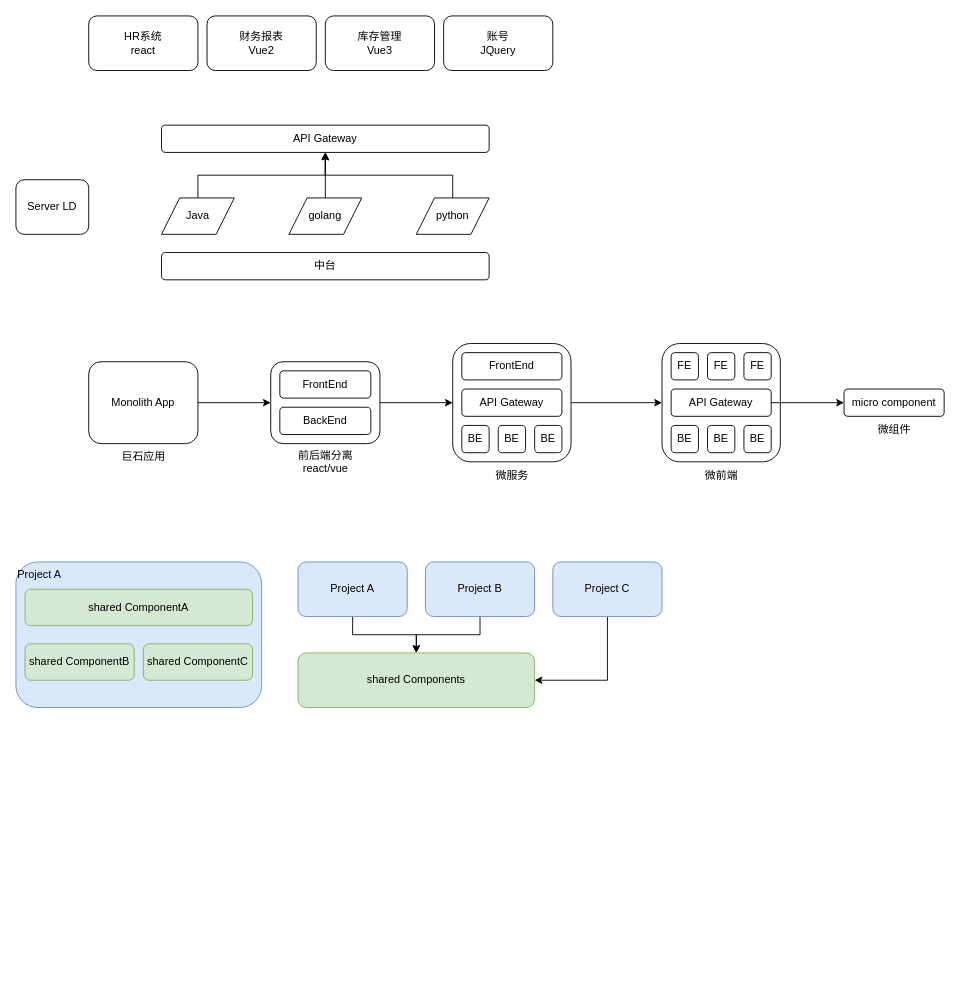
djsz3y/zhaowa-study-notes keeps this draw.io diagram as page "微前端（上）——麓一" (22 of 22) of formal_lessons/imgs/【爪哇教育】web304.drawio. Above is the earlier version. Source tidied: cells renumbered, new cells numbered last; positions are measured from the earlier drawing's top-left corner, leaving out a move shared by most shapes. Both pictures are drawn from the tidied source at 91%, with x=0, y=0 at pixel (15, 15).
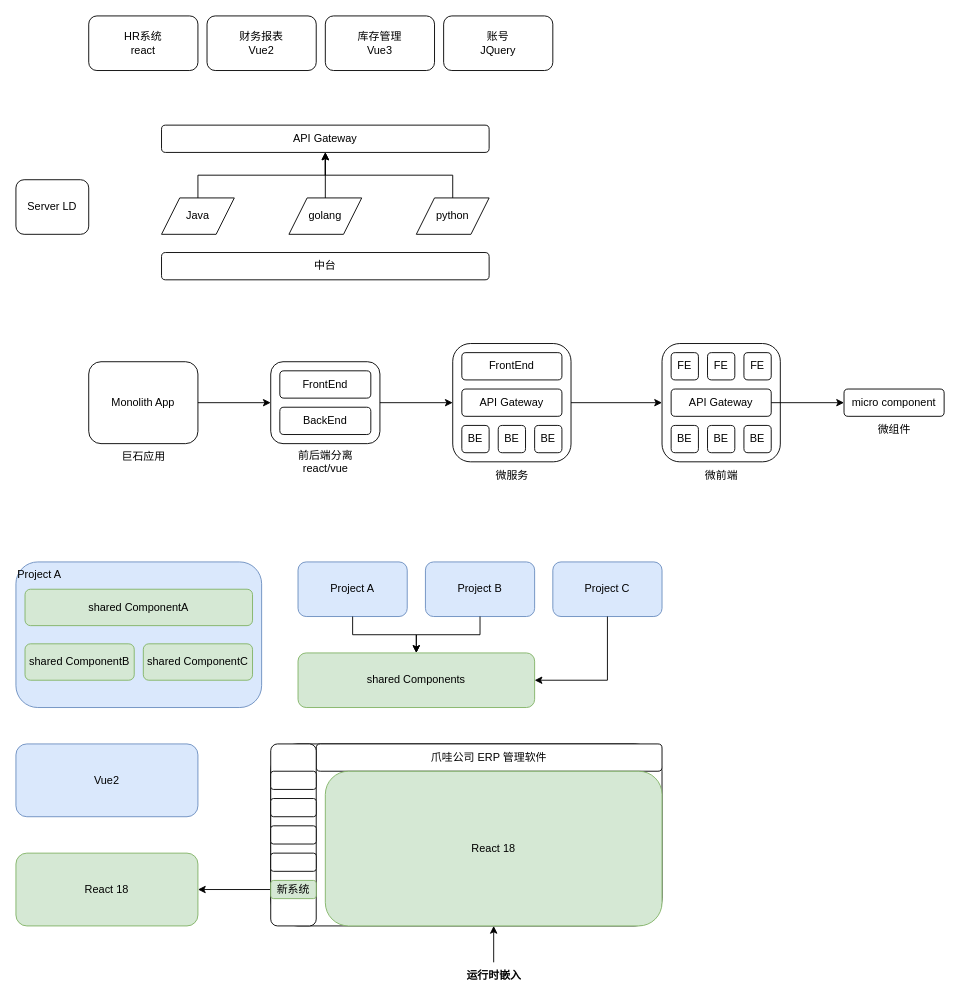
After the change.

Commit message:
更新【爪哇教育】web304.drawio-微前端上

Change to the diagram source:
```diff
@@
-    <mxCell id="49" style="edgeStyle=orthogonalEdgeStyle;rounded=0;jettySize=auto;html=1;exitX=0.5;exitY=1;exitDx=0;exitDy=0;entryX=0.5;entryY=0;entryDx=0;entryDy=0;" parent="1" edge="1" source="50" target="55">
-      <mxGeometry relative="1" as="geometry" />
-    </mxCell>
+    <mxCell id="60" style="group;" parent="1" vertex="1">
+      <mxGeometry y="600" width="710" height="470" as="geometry" />
+    </mxCell>
-    <mxCell id="50" value="Project A" style="rounded=1;whiteSpace=wrap;html=1;fillColor=#dae8fc;strokeColor=#6c8ebf;" parent="1" vertex="1">
-      <mxGeometry x="310" y="600" width="120" height="60" as="geometry" />
+    <mxCell id="50" value="Project A" style="rounded=1;whiteSpace=wrap;html=1;fillColor=#dae8fc;strokeColor=#6c8ebf;" parent="60" vertex="1">
+      <mxGeometry x="310" width="120" height="60" as="geometry" />
     </mxCell>
-    <mxCell id="51" style="edgeStyle=orthogonalEdgeStyle;rounded=0;jettySize=auto;html=1;exitX=0.5;exitY=1;exitDx=0;exitDy=0;entryX=0.5;entryY=0;entryDx=0;entryDy=0;" parent="1" edge="1" source="52" target="55">
-      <mxGeometry relative="1" as="geometry" />
-    </mxCell>
-    <mxCell id="52" value="Project B" style="rounded=1;whiteSpace=wrap;html=1;fillColor=#dae8fc;strokeColor=#6c8ebf;" parent="1" vertex="1">
-      <mxGeometry x="450" y="600" width="120" height="60" as="geometry" />
+    <mxCell id="52" value="Project B" style="rounded=1;whiteSpace=wrap;html=1;fillColor=#dae8fc;strokeColor=#6c8ebf;" parent="60" vertex="1">
+      <mxGeometry x="450" width="120" height="60" as="geometry" />
     </mxCell>
-    <mxCell id="53" style="edgeStyle=orthogonalEdgeStyle;rounded=0;jettySize=auto;html=1;exitX=0.5;exitY=1;exitDx=0;exitDy=0;entryX=1;entryY=0.5;entryDx=0;entryDy=0;" parent="1" edge="1" source="54" target="55">
-      <mxGeometry relative="1" as="geometry" />
-    </mxCell>
-    <mxCell id="54" value="Project C" style="rounded=1;whiteSpace=wrap;html=1;fillColor=#dae8fc;strokeColor=#6c8ebf;" parent="1" vertex="1">
-      <mxGeometry x="590" y="600" width="120" height="60" as="geometry" />
+    <mxCell id="54" value="Project C" style="rounded=1;whiteSpace=wrap;html=1;fillColor=#dae8fc;strokeColor=#6c8ebf;" parent="60" vertex="1">
+      <mxGeometry x="590" width="120" height="60" as="geometry" />
     </mxCell>
-    <mxCell id="55" value="shared Components" style="rounded=1;whiteSpace=wrap;html=1;fillColor=#d5e8d4;strokeColor=#82b366;" parent="1" vertex="1">
-      <mxGeometry x="310" y="700" width="260" height="60" as="geometry" />
+    <mxCell id="55" value="shared Components" style="rounded=1;whiteSpace=wrap;html=1;fillColor=#d5e8d4;strokeColor=#82b366;" parent="60" vertex="1">
+      <mxGeometry x="310" y="100" width="260" height="60" as="geometry" />
     </mxCell>
+    <mxCell id="49" style="edgeStyle=orthogonalEdgeStyle;rounded=0;jettySize=auto;html=1;exitX=0.5;exitY=1;exitDx=0;exitDy=0;entryX=0.5;entryY=0;entryDx=0;entryDy=0;" parent="60" edge="1" source="50" target="55">
+      <mxGeometry relative="1" as="geometry" />
+    </mxCell>
+    <mxCell id="51" style="edgeStyle=orthogonalEdgeStyle;rounded=0;jettySize=auto;html=1;exitX=0.5;exitY=1;exitDx=0;exitDy=0;entryX=0.5;entryY=0;entryDx=0;entryDy=0;" parent="60" edge="1" source="52" target="55">
+      <mxGeometry relative="1" as="geometry" />
+    </mxCell>
+    <mxCell id="53" style="edgeStyle=orthogonalEdgeStyle;rounded=0;jettySize=auto;html=1;exitX=0.5;exitY=1;exitDx=0;exitDy=0;entryX=1;entryY=0.5;entryDx=0;entryDy=0;" parent="60" edge="1" source="54" target="55">
+      <mxGeometry relative="1" as="geometry" />
+    </mxCell>
-    <mxCell id="56" value="Project A" style="rounded=1;whiteSpace=wrap;html=1;align=left;horizontal=1;verticalAlign=top;fillColor=#dae8fc;strokeColor=#6c8ebf;" parent="1" vertex="1">
-      <mxGeometry y="600" width="270" height="160" as="geometry" />
+    <mxCell id="56" value="Project A" style="rounded=1;whiteSpace=wrap;html=1;align=left;horizontal=1;verticalAlign=top;fillColor=#dae8fc;strokeColor=#6c8ebf;" parent="60" vertex="1">
+      <mxGeometry width="270" height="160" as="geometry" />
     </mxCell>
-    <mxCell id="57" value="shared ComponentA" style="rounded=1;whiteSpace=wrap;html=1;align=center;horizontal=1;verticalAlign=middle;fillColor=#d5e8d4;strokeColor=#82b366;" parent="1" vertex="1">
-      <mxGeometry x="10" y="630" width="250" height="40" as="geometry" />
+    <mxCell id="57" value="shared ComponentA" style="rounded=1;whiteSpace=wrap;html=1;align=center;horizontal=1;verticalAlign=middle;fillColor=#d5e8d4;strokeColor=#82b366;" parent="60" vertex="1">
+      <mxGeometry x="10" y="30" width="250" height="40" as="geometry" />
     </mxCell>
-    <mxCell id="58" value="shared ComponentB" style="rounded=1;whiteSpace=wrap;html=1;align=center;horizontal=1;verticalAlign=middle;fillColor=#d5e8d4;strokeColor=#82b366;" parent="1" vertex="1">
-      <mxGeometry x="10" y="690" width="120" height="40" as="geometry" />
+    <mxCell id="58" value="shared ComponentB" style="rounded=1;whiteSpace=wrap;html=1;align=center;horizontal=1;verticalAlign=middle;fillColor=#d5e8d4;strokeColor=#82b366;" parent="60" vertex="1">
+      <mxGeometry x="10" y="90" width="120" height="40" as="geometry" />
     </mxCell>
-    <mxCell id="59" value="shared ComponentC" style="rounded=1;whiteSpace=wrap;html=1;align=center;horizontal=1;verticalAlign=middle;fillColor=#d5e8d4;strokeColor=#82b366;" parent="1" vertex="1">
-      <mxGeometry x="140" y="690" width="120" height="40" as="geometry" />
+    <mxCell id="59" value="shared ComponentC" style="rounded=1;whiteSpace=wrap;html=1;align=center;horizontal=1;verticalAlign=middle;fillColor=#d5e8d4;strokeColor=#82b366;" parent="60" vertex="1">
+      <mxGeometry x="140" y="90" width="120" height="40" as="geometry" />
     </mxCell>
+    <mxCell id="61" value="Vue2" style="rounded=1;whiteSpace=wrap;html=1;fillColor=#dae8fc;strokeColor=#6c8ebf;" parent="60" vertex="1">
+      <mxGeometry y="200" width="200" height="80" as="geometry" />
+    </mxCell>
+    <mxCell id="62" value="React 18" style="rounded=1;whiteSpace=wrap;html=1;fillColor=#d5e8d4;strokeColor=#82b366;" parent="60" vertex="1">
+      <mxGeometry y="320" width="200" height="80" as="geometry" />
+    </mxCell>
+    <mxCell id="63" style="rounded=1;whiteSpace=wrap;html=1;" parent="60" vertex="1">
+      <mxGeometry x="280" y="200" width="430" height="200" as="geometry" />
+    </mxCell>
+    <mxCell id="64" value="爪哇公司 ERP 管理软件" style="rounded=1;whiteSpace=wrap;html=1;" parent="60" vertex="1">
+      <mxGeometry x="330" y="200" width="380" height="30" as="geometry" />
+    </mxCell>
+    <mxCell id="65" style="rounded=1;whiteSpace=wrap;html=1;" parent="60" vertex="1">
+      <mxGeometry x="280" y="200" width="50" height="200" as="geometry" />
+    </mxCell>
+    <mxCell id="66" style="rounded=1;whiteSpace=wrap;html=1;" parent="60" vertex="1">
+      <mxGeometry x="280" y="230" width="50" height="20" as="geometry" />
+    </mxCell>
+    <mxCell id="67" style="rounded=1;whiteSpace=wrap;html=1;" parent="60" vertex="1">
+      <mxGeometry x="280" y="260" width="50" height="20" as="geometry" />
+    </mxCell>
+    <mxCell id="68" style="rounded=1;whiteSpace=wrap;html=1;" parent="60" vertex="1">
+      <mxGeometry x="280" y="290" width="50" height="20" as="geometry" />
+    </mxCell>
+    <mxCell id="69" style="rounded=1;whiteSpace=wrap;html=1;" parent="60" vertex="1">
+      <mxGeometry x="280" y="320" width="50" height="20" as="geometry" />
+    </mxCell>
+    <mxCell id="70" style="edgeStyle=orthogonalEdgeStyle;rounded=0;jettySize=auto;html=1;" parent="60" edge="1" source="71" target="62">
+      <mxGeometry relative="1" as="geometry" />
+    </mxCell>
+    <mxCell id="71" value="新系统" style="rounded=1;whiteSpace=wrap;html=1;fillColor=#d5e8d4;strokeColor=#82b366;" parent="60" vertex="1">
+      <mxGeometry x="280" y="350" width="50" height="20" as="geometry" />
+    </mxCell>
+    <mxCell id="72" value="React 18" style="rounded=1;whiteSpace=wrap;html=1;fillColor=#d5e8d4;strokeColor=#82b366;" parent="60" vertex="1">
+      <mxGeometry x="340" y="230" width="370" height="170" as="geometry" />
+    </mxCell>
+    <mxCell id="73" value="运行时嵌入" style="text;html=1;align=center;verticalAlign=middle;points=[];strokeColor=none;fillColor=none;fontStyle=1;" parent="60" vertex="1">
+      <mxGeometry x="485" y="440" width="80" height="30" as="geometry" />
+    </mxCell>
+    <mxCell id="74" style="endArrow=classic;html=1;rounded=0;" parent="60" edge="1" source="73" target="72">
+      <mxGeometry relative="1" as="geometry" />
+    </mxCell>
```
